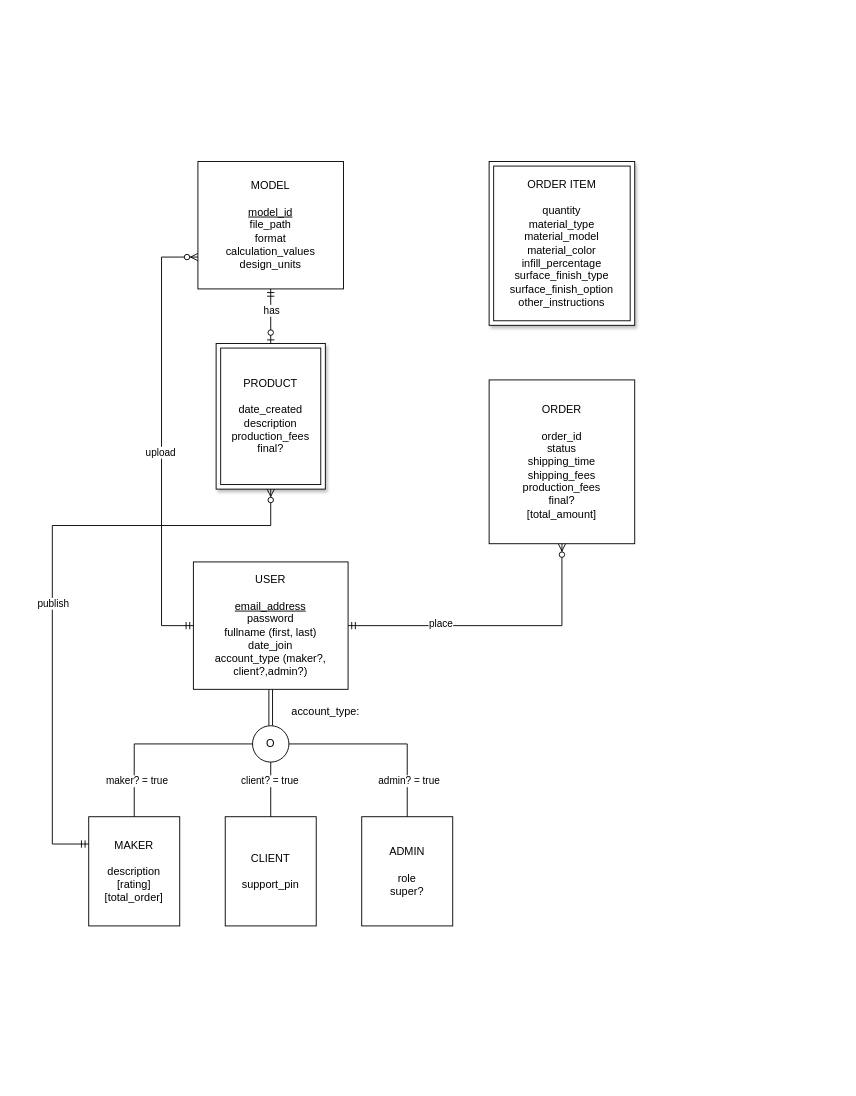
The draw.io diagram MakeMe ER.drawio in lucasodra/makeme-express, before the edit. Source tidied: cells renumbered, new cells numbered last; positions are measured from the earlier drawing's top-left corner, leaving out a move shared by most shapes. Both pictures are drawn from the tidied source at 91%, with x=0, y=0 at pixel (52, 161).
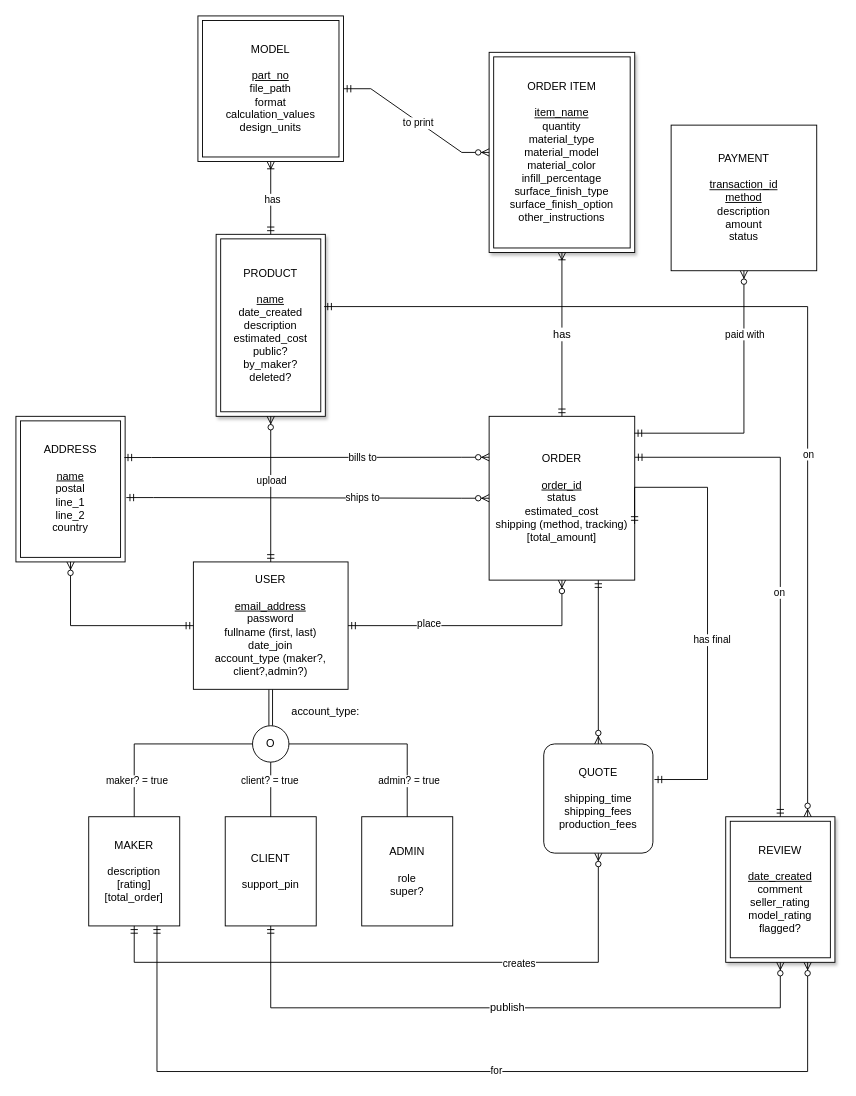
Above is the later version.

The change refers to these unchanged cells:
```xml
<mxCell id="3" value="USER&lt;br&gt;&lt;br&gt;&lt;u&gt;email_address&lt;br&gt;&lt;/u&gt;password&lt;br&gt;fullname (first, last)&lt;br&gt;date_join&lt;br&gt;account_type (maker?, client?,admin?)" style="whiteSpace=wrap;html=1;align=center;" parent="1" vertex="1">
  <mxGeometry x="155" y="440" width="170" height="140" as="geometry" />
</mxCell>
<mxCell id="4" value="MAKER&lt;br&gt;&lt;br&gt;description&lt;br&gt;[rating]&lt;br&gt;[total_order]" style="whiteSpace=wrap;html=1;align=center;" parent="1" vertex="1">
  <mxGeometry x="40" y="720" width="100" height="120" as="geometry" />
</mxCell>
<mxCell id="5" value="CLIENT&lt;br&gt;&lt;br&gt;support_pin&lt;br&gt;" style="whiteSpace=wrap;html=1;align=center;" parent="1" vertex="1">
  <mxGeometry x="190" y="720" width="100" height="120" as="geometry" />
</mxCell>
```

What changed in the source:
```diff
@@
-    <mxCell id="15" value="MODEL&lt;br&gt;&lt;br&gt;&lt;u&gt;model_id&lt;br&gt;&lt;/u&gt;file_path&lt;br&gt;format&lt;br&gt;calculation_values&lt;br&gt;design_units" style="whiteSpace=wrap;html=1;align=center;" parent="1" vertex="1">
-      <mxGeometry x="160" width="160" height="140" as="geometry" />
-    </mxCell>
-    <mxCell id="16" value="ORDER&lt;br&gt;&lt;br&gt;order_id&lt;br&gt;status&lt;br&gt;shipping_time&lt;br&gt;shipping_fees&lt;br&gt;production_fees&lt;br&gt;final?&lt;br&gt;[total_amount]" style="whiteSpace=wrap;html=1;align=center;" parent="1" vertex="1">
-      <mxGeometry x="480" y="240" width="160" height="180" as="geometry" />
+    <mxCell id="16" value="ORDER&lt;br&gt;&lt;br&gt;&lt;u&gt;order_id&lt;/u&gt;&lt;br&gt;status&lt;br&gt;estimated_cost&lt;br&gt;shipping (method, tracking)&lt;br&gt;[total_amount]" style="whiteSpace=wrap;html=1;align=center;" parent="1" vertex="1">
+      <mxGeometry x="480" y="280" width="160" height="180" as="geometry" />
     </mxCell>
-    <mxCell id="17" value="PRODUCT&lt;br&gt;&lt;br&gt;date_created&lt;br&gt;description&lt;br&gt;production_fees&lt;br&gt;final?" style="shape=ext;margin=3;double=1;whiteSpace=wrap;html=1;align=center;shadow=1;" parent="1" vertex="1">
-      <mxGeometry x="180" y="200" width="120" height="160" as="geometry" />
+    <mxCell id="17" value="PRODUCT&lt;br&gt;&lt;br&gt;&lt;u&gt;name&lt;/u&gt;&lt;br&gt;date_created&lt;br&gt;description&lt;br&gt;estimated_cost&lt;br&gt;public?&lt;br&gt;by_maker?&lt;br&gt;deleted?" style="shape=ext;margin=3;double=1;whiteSpace=wrap;html=1;align=center;shadow=1;" parent="1" vertex="1">
+      <mxGeometry x="180" y="80" width="120" height="200" as="geometry" />
     </mxCell>
-    <mxCell id="18" style="fontSize=12;html=1;endArrow=ERzeroToMany;startArrow=ERmandOne;rounded=0;exitX=0;exitY=0.25;exitDx=0;exitDy=0;entryX=0.5;entryY=1;entryDx=0;entryDy=0;edgeStyle=orthogonalEdgeStyle;" parent="1" edge="1" source="4" target="17">
-      <mxGeometry relative="1" as="geometry">
-        <Array as="points">
-          <mxPoint y="750" />
-          <mxPoint y="400" />
-          <mxPoint x="240" y="400" />
-        </Array>
-      </mxGeometry>
-    </mxCell>
-    <mxCell id="19" value="publish" style="edgeLabel;html=1;align=center;verticalAlign=middle;" parent="18" vertex="1">
-      <mxGeometry x="-0.09" y="-3" relative="1" as="geometry">
-        <mxPoint x="-3" as="offset" />
-      </mxGeometry>
-    </mxCell>
-    <mxCell id="20" style="fontSize=12;html=1;endArrow=ERzeroToOne;startArrow=ERmandOne;rounded=0;exitX=0.5;exitY=1;exitDx=0;exitDy=0;entryX=0.5;entryY=0;entryDx=0;entryDy=0;" parent="1" edge="1" source="15" target="17">
-      <mxGeometry relative="1" as="geometry" />
-    </mxCell>
-    <mxCell id="21" value="has" style="edgeLabel;html=1;align=center;verticalAlign=middle;" parent="20" vertex="1">
-      <mxGeometry x="-0.23" y="2" relative="1" as="geometry">
-        <mxPoint x="-2" as="offset" />
-      </mxGeometry>
-    </mxCell>
-    <mxCell id="22" style="fontSize=12;html=1;endArrow=ERzeroToMany;startArrow=ERmandOne;rounded=0;entryX=0;entryY=0.75;entryDx=0;entryDy=0;edgeStyle=orthogonalEdgeStyle;" parent="1" edge="1" source="3" target="15">
-      <mxGeometry relative="1" as="geometry">
-        <Array as="points">
-          <mxPoint x="120" y="510" />
-          <mxPoint x="120" y="105" />
-        </Array>
-      </mxGeometry>
+    <mxCell id="22" style="fontSize=12;html=1;endArrow=ERzeroToMany;startArrow=ERmandOne;rounded=0;entryX=0.5;entryY=1;entryDx=0;entryDy=0;edgeStyle=orthogonalEdgeStyle;exitX=0.5;exitY=0;exitDx=0;exitDy=0;" parent="1" edge="1" source="3" target="17">
+      <mxGeometry relative="1" as="geometry" />
     </mxCell>
     <mxCell id="23" value="upload" style="edgeLabel;html=1;align=center;verticalAlign=middle;" parent="22" vertex="1">
-      <mxGeometry x="-0.06" y="2" relative="1" as="geometry" />
+      <mxGeometry x="-0.06" y="2" relative="1" as="geometry">
+        <mxPoint x="2" y="-15" as="offset" />
+      </mxGeometry>
     </mxCell>
@@
-    <mxCell id="26" value="ORDER ITEM&lt;br&gt;&lt;br&gt;quantity&lt;br style=&quot;border-color: var(--border-color);&quot;&gt;material_type&lt;br style=&quot;border-color: var(--border-color);&quot;&gt;material_model&lt;br style=&quot;border-color: var(--border-color);&quot;&gt;material_color&lt;br style=&quot;border-color: var(--border-color);&quot;&gt;infill_percentage&lt;br style=&quot;border-color: var(--border-color);&quot;&gt;surface_finish_type&lt;br style=&quot;border-color: var(--border-color);&quot;&gt;surface_finish_option&lt;br style=&quot;border-color: var(--border-color);&quot;&gt;other_instructions" style="shape=ext;margin=3;double=1;whiteSpace=wrap;html=1;align=center;shadow=1;" parent="1" vertex="1">
-      <mxGeometry x="480" width="160" height="180" as="geometry" />
+    <mxCell id="26" value="ORDER ITEM&lt;br&gt;&lt;br&gt;&lt;u&gt;item_name&lt;/u&gt;&lt;br&gt;quantity&lt;br style=&quot;border-color: var(--border-color);&quot;&gt;material_type&lt;br style=&quot;border-color: var(--border-color);&quot;&gt;material_model&lt;br style=&quot;border-color: var(--border-color);&quot;&gt;material_color&lt;br style=&quot;border-color: var(--border-color);&quot;&gt;infill_percentage&lt;br style=&quot;border-color: var(--border-color);&quot;&gt;surface_finish_type&lt;br style=&quot;border-color: var(--border-color);&quot;&gt;surface_finish_option&lt;br style=&quot;border-color: var(--border-color);&quot;&gt;other_instructions" style="shape=ext;margin=3;double=1;whiteSpace=wrap;html=1;align=center;shadow=1;" parent="1" vertex="1">
+      <mxGeometry x="480" y="-120" width="160" height="220" as="geometry" />
     </mxCell>
+    <mxCell id="27" style="edgeStyle=orthogonalEdgeStyle;fontSize=12;html=1;endArrow=ERzeroToMany;startArrow=ERmandOne;rounded=0;exitX=0.5;exitY=1;exitDx=0;exitDy=0;entryX=0.5;entryY=1;entryDx=0;entryDy=0;" parent="1" edge="1" source="4" target="29">
+      <mxGeometry relative="1" as="geometry">
+        <Array as="points">
+          <mxPoint x="90" y="880" />
+          <mxPoint x="600" y="880" />
+        </Array>
+      </mxGeometry>
+    </mxCell>
+    <mxCell id="28" value="creates" style="edgeLabel;html=1;align=center;verticalAlign=middle;" parent="27" vertex="1">
+      <mxGeometry x="0.38" y="-1" relative="1" as="geometry" />
+    </mxCell>
+    <mxCell id="29" value="QUOTE&lt;br style=&quot;border-color: var(--border-color);&quot;&gt;&lt;br style=&quot;border-color: var(--border-color);&quot;&gt;shipping_time&lt;br style=&quot;border-color: var(--border-color);&quot;&gt;shipping_fees&lt;br style=&quot;border-color: var(--border-color);&quot;&gt;production_fees" style="rounded=1;arcSize=10;whiteSpace=wrap;html=1;align=center;" parent="1" vertex="1">
+      <mxGeometry x="540" y="640" width="120" height="120" as="geometry" />
+    </mxCell>
+    <mxCell id="30" style="edgeStyle=orthogonalEdgeStyle;fontSize=12;html=1;endArrow=ERmandOne;startArrow=ERmandOne;rounded=0;entryX=0.999;entryY=0.657;entryDx=0;entryDy=0;entryPerimeter=0;exitX=1.014;exitY=0.326;exitDx=0;exitDy=0;exitPerimeter=0;" parent="1" edge="1" source="29" target="16">
+      <mxGeometry relative="1" as="geometry">
+        <Array as="points">
+          <mxPoint x="720" y="679" />
+          <mxPoint x="720" y="358" />
+        </Array>
+      </mxGeometry>
+    </mxCell>
+    <mxCell id="31" value="has final" style="edgeLabel;html=1;align=center;verticalAlign=middle;" parent="30" vertex="1">
+      <mxGeometry x="-0.15" y="-4" relative="1" as="geometry" />
+    </mxCell>
+    <mxCell id="32" value="has" style="edgeStyle=orthogonalEdgeStyle;fontSize=12;html=1;endArrow=ERoneToMany;startArrow=ERmandOne;rounded=0;exitX=0.5;exitY=0;exitDx=0;exitDy=0;entryX=0.5;entryY=1;entryDx=0;entryDy=0;" parent="1" edge="1" source="16" target="26">
+      <mxGeometry relative="1" as="geometry" />
+    </mxCell>
+    <mxCell id="33" style="edgeStyle=entityRelationEdgeStyle;fontSize=12;html=1;endArrow=ERzeroToMany;startArrow=ERmandOne;rounded=0;entryX=0;entryY=0.5;entryDx=0;entryDy=0;exitX=1;exitY=0.5;exitDx=0;exitDy=0;" parent="1" edge="1" source="53" target="26">
+      <mxGeometry relative="1" as="geometry" />
+    </mxCell>
+    <mxCell id="34" value="to print" style="edgeLabel;html=1;align=center;verticalAlign=middle;" parent="33" vertex="1">
+      <mxGeometry x="0.03" y="-1" relative="1" as="geometry" />
+    </mxCell>
+    <mxCell id="35" style="edgeStyle=orthogonalEdgeStyle;fontSize=12;html=1;endArrow=ERoneToMany;startArrow=ERmandOne;rounded=0;entryX=0.5;entryY=1;entryDx=0;entryDy=0;exitX=0.5;exitY=0;exitDx=0;exitDy=0;" parent="1" edge="1" source="17" target="53">
+      <mxGeometry relative="1" as="geometry" />
+    </mxCell>
+    <mxCell id="21" value="has" style="edgeLabel;html=1;align=center;verticalAlign=middle;" parent="35" vertex="1">
+      <mxGeometry x="-0.03" y="-1" relative="1" as="geometry" />
+    </mxCell>
+    <mxCell id="36" style="edgeStyle=orthogonalEdgeStyle;fontSize=12;html=1;endArrow=ERzeroToMany;startArrow=ERmandOne;rounded=0;entryX=0.5;entryY=0;entryDx=0;entryDy=0;exitX=0.75;exitY=1;exitDx=0;exitDy=0;" parent="1" edge="1" source="16" target="29">
+      <mxGeometry relative="1" as="geometry" />
+    </mxCell>
+    <mxCell id="37" value="REVIEW&lt;br&gt;&lt;br&gt;&lt;u&gt;date_created&lt;/u&gt;&lt;br&gt;comment&lt;br&gt;seller_rating&lt;br&gt;model_rating&lt;br&gt;flagged?" style="shape=ext;margin=3;double=1;whiteSpace=wrap;html=1;align=center;shadow=1;" parent="1" vertex="1">
+      <mxGeometry x="740" y="720" width="120" height="160" as="geometry" />
+    </mxCell>
+    <mxCell id="19" value="publish" style="edgeStyle=orthogonalEdgeStyle;fontSize=12;html=1;endArrow=ERzeroToMany;startArrow=ERmandOne;rounded=0;entryX=0.5;entryY=1;entryDx=0;entryDy=0;exitX=0.5;exitY=1;exitDx=0;exitDy=0;" parent="1" edge="1" source="5" target="37">
+      <mxGeometry relative="1" as="geometry">
+        <Array as="points">
+          <mxPoint x="240" y="930" />
+          <mxPoint x="800" y="930" />
+        </Array>
+      </mxGeometry>
+    </mxCell>
+    <mxCell id="38" style="edgeStyle=orthogonalEdgeStyle;fontSize=12;html=1;endArrow=ERzeroToMany;startArrow=ERmandOne;rounded=0;exitX=0.75;exitY=1;exitDx=0;exitDy=0;entryX=0.75;entryY=1;entryDx=0;entryDy=0;" parent="1" edge="1" source="4" target="37">
+      <mxGeometry relative="1" as="geometry">
+        <Array as="points">
+          <mxPoint x="115" y="1000" />
+          <mxPoint x="830" y="1000" />
+        </Array>
+      </mxGeometry>
+    </mxCell>
+    <mxCell id="39" value="for" style="edgeLabel;html=1;align=center;verticalAlign=middle;" parent="38" vertex="1">
+      <mxGeometry x="0.07" y="2" relative="1" as="geometry" />
+    </mxCell>
+    <mxCell id="40" style="edgeStyle=orthogonalEdgeStyle;fontSize=12;html=1;endArrow=ERmandOne;startArrow=ERmandOne;rounded=0;entryX=1;entryY=0.25;entryDx=0;entryDy=0;exitX=0.5;exitY=0;exitDx=0;exitDy=0;" parent="1" edge="1" source="37" target="16">
+      <mxGeometry relative="1" as="geometry" />
+    </mxCell>
+    <mxCell id="41" value="on" style="edgeLabel;html=1;align=center;verticalAlign=middle;" parent="40" vertex="1">
+      <mxGeometry x="-0.11" y="2" relative="1" as="geometry" />
+    </mxCell>
+    <mxCell id="42" style="edgeStyle=orthogonalEdgeStyle;fontSize=12;html=1;endArrow=ERzeroToMany;startArrow=ERmandOne;rounded=0;exitX=0.989;exitY=0.397;exitDx=0;exitDy=0;entryX=0.75;entryY=0;entryDx=0;entryDy=0;exitPerimeter=0;" parent="1" edge="1" source="17" target="37">
+      <mxGeometry relative="1" as="geometry" />
+    </mxCell>
+    <mxCell id="43" value="on" style="edgeLabel;html=1;align=center;verticalAlign=middle;" parent="42" vertex="1">
+      <mxGeometry x="0.27" y="-5" relative="1" as="geometry">
+        <mxPoint x="5" as="offset" />
+      </mxGeometry>
+    </mxCell>
+    <mxCell id="44" value="PAYMENT&lt;br&gt;&lt;br&gt;&lt;u&gt;transaction_id&lt;/u&gt;&lt;br&gt;&lt;u&gt;method&lt;/u&gt;&lt;br&gt;description&lt;br&gt;amount&lt;br&gt;status" style="whiteSpace=wrap;html=1;align=center;" parent="1" vertex="1">
+      <mxGeometry x="680" y="-40" width="160" height="160" as="geometry" />
+    </mxCell>
+    <mxCell id="45" style="edgeStyle=orthogonalEdgeStyle;fontSize=12;html=1;endArrow=ERzeroToMany;startArrow=ERmandOne;rounded=0;exitX=0.998;exitY=0.103;exitDx=0;exitDy=0;exitPerimeter=0;entryX=0.5;entryY=1;entryDx=0;entryDy=0;" parent="1" edge="1" source="16" target="44">
+      <mxGeometry relative="1" as="geometry" />
+    </mxCell>
+    <mxCell id="46" value="paid with" style="edgeLabel;html=1;align=center;verticalAlign=middle;" parent="45" vertex="1">
+      <mxGeometry x="0.62" y="2" relative="1" as="geometry">
+        <mxPoint x="2" y="13" as="offset" />
+      </mxGeometry>
+    </mxCell>
+    <mxCell id="47" value="ADDRESS&lt;br&gt;&lt;br&gt;&lt;u&gt;name&lt;/u&gt;&lt;br&gt;postal&lt;br&gt;line_1&lt;br&gt;line_2&lt;br&gt;country" style="shape=ext;margin=3;double=1;whiteSpace=wrap;html=1;align=center;" parent="1" vertex="1">
+      <mxGeometry x="-40" y="280" width="120" height="160" as="geometry" />
+    </mxCell>
+    <mxCell id="48" style="edgeStyle=orthogonalEdgeStyle;fontSize=12;html=1;endArrow=ERzeroToMany;startArrow=ERmandOne;rounded=0;entryX=0.5;entryY=1;entryDx=0;entryDy=0;exitX=0;exitY=0.5;exitDx=0;exitDy=0;" parent="1" edge="1" source="3" target="47">
+      <mxGeometry relative="1" as="geometry" />
+    </mxCell>
+    <mxCell id="49" style="edgeStyle=entityRelationEdgeStyle;fontSize=12;html=1;endArrow=ERzeroToMany;startArrow=ERmandOne;rounded=0;entryX=0;entryY=0.5;entryDx=0;entryDy=0;exitX=1.011;exitY=0.558;exitDx=0;exitDy=0;exitPerimeter=0;" parent="1" edge="1" source="47" target="16">
+      <mxGeometry relative="1" as="geometry" />
+    </mxCell>
+    <mxCell id="50" value="ships to" style="edgeLabel;html=1;align=center;verticalAlign=middle;" parent="49" vertex="1">
+      <mxGeometry x="0.3" relative="1" as="geometry" />
+    </mxCell>
+    <mxCell id="51" style="edgeStyle=entityRelationEdgeStyle;fontSize=12;html=1;endArrow=ERzeroToMany;startArrow=ERmandOne;rounded=0;exitX=0.993;exitY=0.283;exitDx=0;exitDy=0;exitPerimeter=0;entryX=0;entryY=0.25;entryDx=0;entryDy=0;" parent="1" edge="1" source="47" target="16">
+      <mxGeometry relative="1" as="geometry" />
+    </mxCell>
+    <mxCell id="52" value="bills to" style="edgeLabel;html=1;align=center;verticalAlign=middle;" parent="51" vertex="1">
+      <mxGeometry x="0.3" relative="1" as="geometry" />
+    </mxCell>
+    <mxCell id="53" value="MODEL&lt;br style=&quot;border-color: var(--border-color);&quot;&gt;&lt;br style=&quot;border-color: var(--border-color);&quot;&gt;&lt;u style=&quot;border-color: var(--border-color);&quot;&gt;part_no&lt;br style=&quot;border-color: var(--border-color);&quot;&gt;&lt;/u&gt;file_path&lt;br style=&quot;border-color: var(--border-color);&quot;&gt;format&lt;br style=&quot;border-color: var(--border-color);&quot;&gt;calculation_values&lt;br style=&quot;border-color: var(--border-color);&quot;&gt;design_units" style="shape=ext;margin=3;double=1;whiteSpace=wrap;html=1;align=center;" parent="1" vertex="1">
+      <mxGeometry x="160" y="-160" width="160" height="160" as="geometry" />
+    </mxCell>
```
